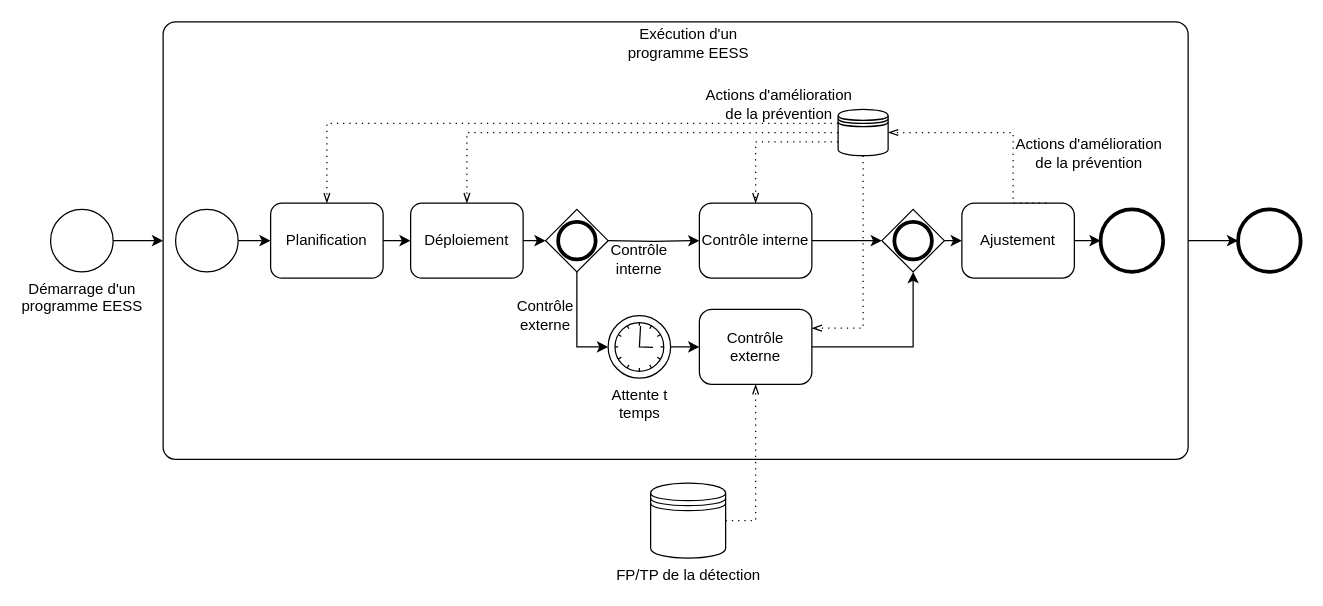
The draw.io diagram contribution/prevention_continue.drawio in netmme/cyber-diagramme-d-activites, before the edit. Source tidied: cells renumbered, new cells numbered last; positions are measured from the earlier drawing's top-left corner, leaving out a move shared by most shapes. Both pictures are drawn from the tidied source at 125%, with x=0, y=0 at pixel (50, 21).
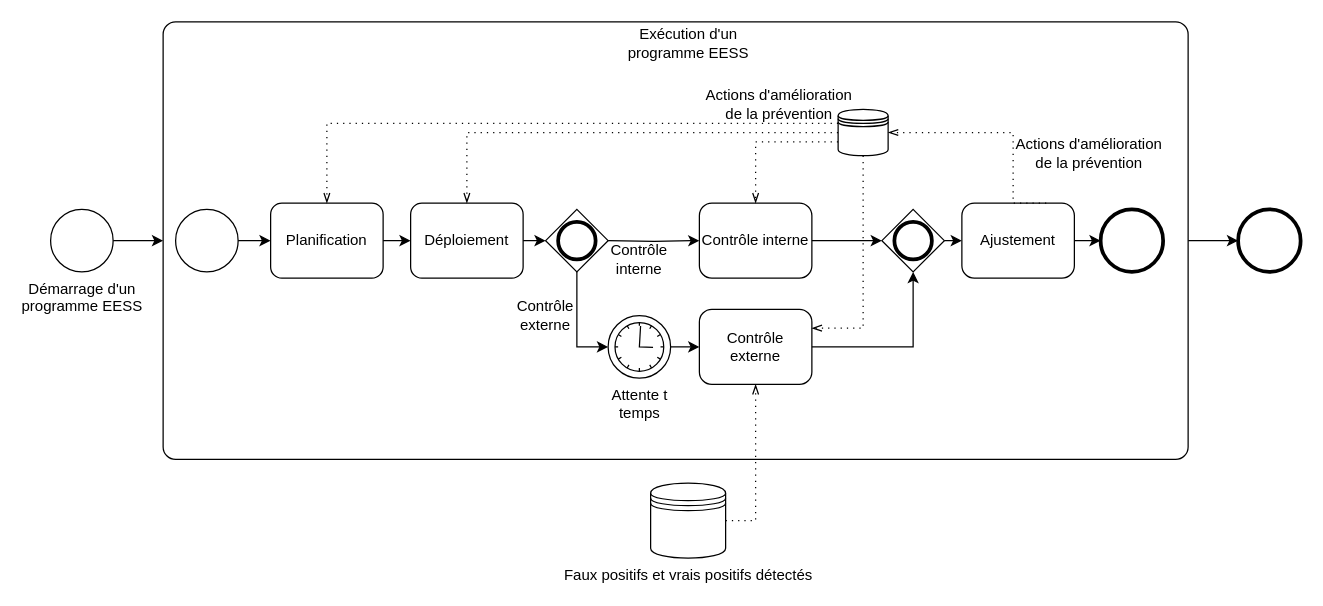
The same diagram, later.

Diff of the diagram source:
```diff
@@
-    <mxCell id="4" value="FP/TP de la détection" style="shape=datastore;html=1;labelPosition=center;verticalLabelPosition=bottom;align=center;verticalAlign=top;" parent="1" vertex="1">
+    <mxCell id="4" value="&lt;div&gt;Faux positifs et vrais positifs détectés&lt;/div&gt;" style="shape=datastore;html=1;labelPosition=center;verticalLabelPosition=bottom;align=center;verticalAlign=top;" parent="1" vertex="1">
       <mxGeometry x="480" y="369" width="60" height="60" as="geometry" />
     </mxCell>
```
